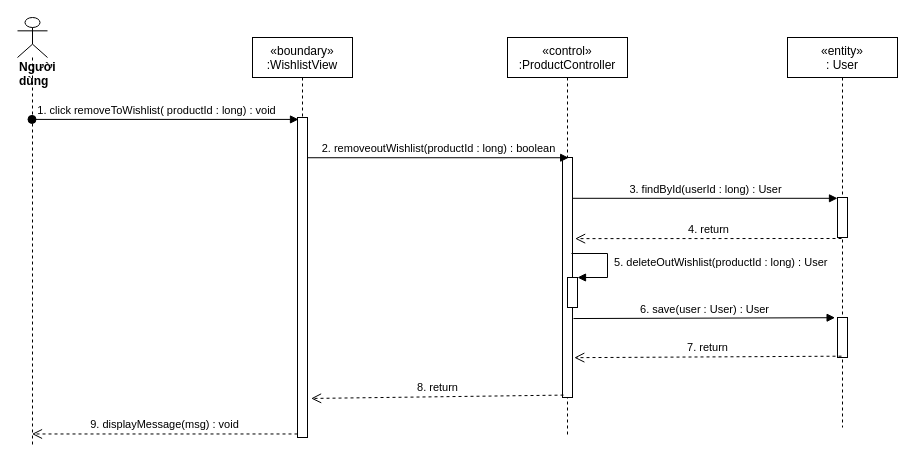
Earlier version of the draw.io diagram sequence diagram/remove-product-to-wishlist-class-diagram.drawio (nguyenphamvan/datn_20202). Source tidied: cells renumbered, new cells numbered last; positions are measured from the earlier drawing's top-left corner, leaving out a move shared by most shapes. Both pictures are drawn from the tidied source at 100%, with x=0, y=0 at pixel (17, 17).
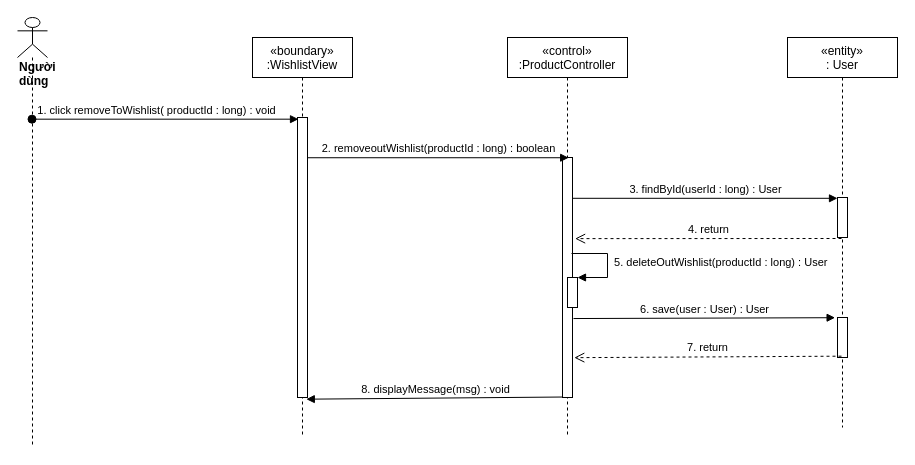
Above is the later version.

The change refers to these unchanged cells:
```xml
<mxCell id="2" value="«boundary»&#10;:WishlistView" style="shape=umlLifeline;perimeter=lifelinePerimeter;rounded=0;shadow=0;strokeWidth=1;" parent="1" vertex="1">
  <mxGeometry x="235" y="20" width="100" height="400" as="geometry" />
</mxCell>
<mxCell id="5" style="points=[];perimeter=orthogonalPerimeter;rounded=0;shadow=0;strokeWidth=1;" parent="4" vertex="1">
  <mxGeometry x="55" y="120" width="10" height="240" as="geometry" />
</mxCell>
<mxCell id="6" value="&lt;div&gt;&lt;b&gt;Người dùng&lt;/b&gt;&lt;/div&gt;" style="shape=umlLifeline;participant=umlActor;perimeter=lifelinePerimeter;whiteSpace=wrap;html=1;verticalAlign=top;spacingTop=36;outlineConnect=0;align=left;" parent="1" vertex="1">
  <mxGeometry width="30" height="430" as="geometry" />
</mxCell>
```

Change to the diagram source:
```diff
@@
     <mxCell id="3" style="points=[];perimeter=orthogonalPerimeter;rounded=0;shadow=0;strokeWidth=1;" parent="2" vertex="1">
-      <mxGeometry x="45" y="80" width="10" height="320" as="geometry" />
+      <mxGeometry x="45" y="80" width="10" height="280" as="geometry" />
     </mxCell>
@@
-    <mxCell id="18" value="8. return" style="html=1;verticalAlign=bottom;endArrow=open;dashed=1;endSize=8;exitX=0.1;exitY=0.99;exitDx=0;exitDy=0;exitPerimeter=0;entryX=1.36;entryY=0.878;entryDx=0;entryDy=0;entryPerimeter=0;" parent="1" edge="1" source="5" target="3">
+    <mxCell id="18" value="&lt;span style=&quot;font-family: &amp;#34;helvetica&amp;#34;&quot;&gt;8. displayMessage(msg) : void&lt;/span&gt;" style="html=1;verticalAlign=bottom;endArrow=block;exitX=0.06;exitY=0.998;exitDx=0;exitDy=0;exitPerimeter=0;entryX=0.88;entryY=1.006;entryDx=0;entryDy=0;entryPerimeter=0;" parent="1" edge="1" source="5" target="3">
       <mxGeometry relative="1" as="geometry" />
     </mxCell>
-    <mxCell id="19" value="&lt;span style=&quot;color: rgb(0 , 0 , 0) ; font-family: &amp;#34;helvetica&amp;#34; ; font-size: 11px ; font-style: normal ; font-weight: 400 ; letter-spacing: normal ; text-align: center ; text-indent: 0px ; text-transform: none ; word-spacing: 0px ; background-color: rgb(255 , 255 , 255) ; display: inline ; float: none&quot;&gt;9. displayMessage(msg) : void&lt;/span&gt;" style="html=1;verticalAlign=bottom;endArrow=open;dashed=1;endSize=8;exitX=0;exitY=0.989;exitDx=0;exitDy=0;exitPerimeter=0;" parent="1" edge="1" source="3" target="6">
-      <mxGeometry relative="1" as="geometry" />
-    </mxCell>
```
